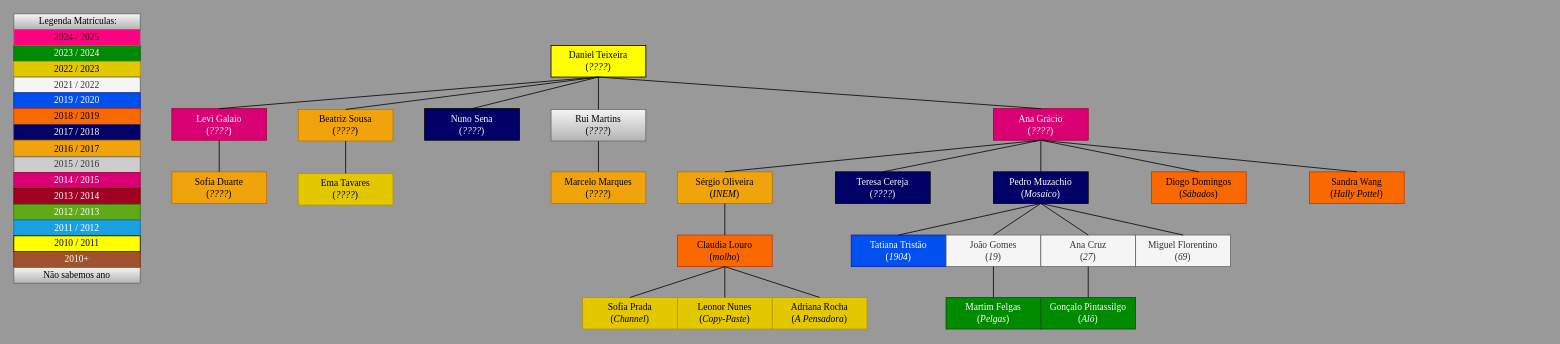
Before: Draw.io/Familia_do_Daniel_Teixeira.drawio in pdmtmr/PDMTMRTESTLOCATION-AKA-ARBUSTO, a draw.io diagram. Source tidied: cells renumbered, new cells numbered last; positions are measured from the earlier drawing's top-left corner, leaving out a move shared by most shapes. Both pictures are drawn from the tidied source at 79%, with x=0, y=0 at pixel (13, 13).
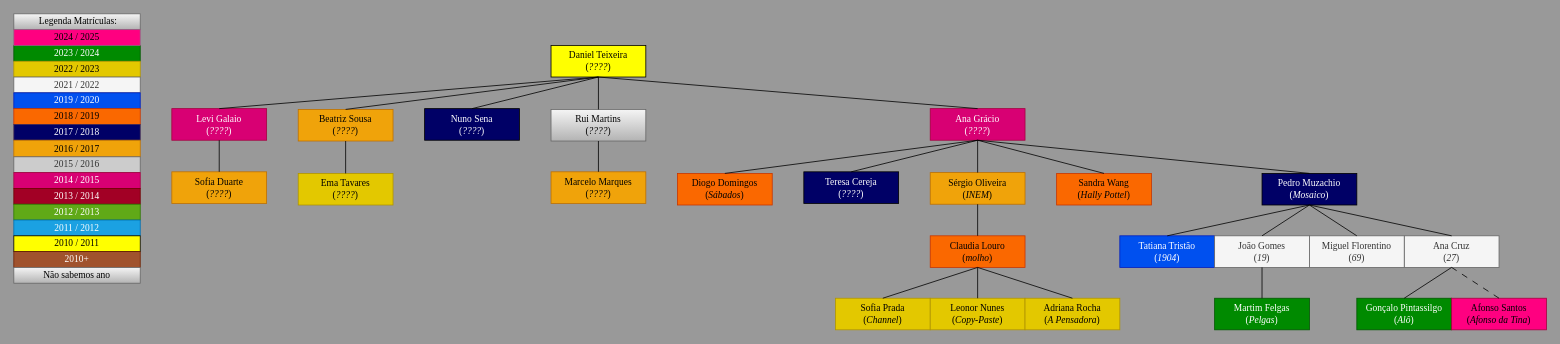
The same diagram, later.

Change to the diagram source:
```diff
@@
     <mxCell id="3" value="&lt;div&gt;Ana Grácio&lt;/div&gt;&lt;div&gt;&lt;span style=&quot;background-color: initial;&quot;&gt;(&lt;/span&gt;&lt;i style=&quot;background-color: initial;&quot;&gt;&lt;font&gt;????&lt;/font&gt;&lt;/i&gt;&lt;span style=&quot;background-color: initial;&quot;&gt;)&lt;/span&gt;&lt;/div&gt;" style="rounded=0;whiteSpace=wrap;html=1;fillColor=#d80073;fontColor=#ffffff;strokeColor=#A50040;fontFamily=Times New Roman;" parent="1" vertex="1">
-      <mxGeometry x="1240" y="120" width="120" height="40" as="geometry" />
+      <mxGeometry x="1160" y="120" width="120" height="40" as="geometry" />
     </mxCell>
@@
     <mxCell id="17" value="&lt;div&gt;&lt;span style=&quot;background-color: initial;&quot;&gt;Teresa Cereja&lt;/span&gt;&lt;/div&gt;&lt;div&gt;&lt;span style=&quot;background-color: initial;&quot;&gt;(&lt;/span&gt;&lt;i style=&quot;background-color: initial;&quot;&gt;&lt;font&gt;????&lt;/font&gt;&lt;/i&gt;&lt;span style=&quot;background-color: initial;&quot;&gt;)&lt;/span&gt;&lt;/div&gt;" style="rounded=0;whiteSpace=wrap;html=1;fillColor=#000066;fontColor=#FFFFFF;fontFamily=Times New Roman;" parent="1" vertex="1">
-      <mxGeometry x="1040" y="200" width="120" height="40" as="geometry" />
+      <mxGeometry x="1000" y="200" width="120" height="40" as="geometry" />
     </mxCell>
     <mxCell id="18" value="&lt;div&gt;&lt;span style=&quot;background-color: initial;&quot;&gt;Sérgio Oliveira&lt;/span&gt;&lt;/div&gt;&lt;div&gt;&lt;span style=&quot;background-color: initial;&quot;&gt;(&lt;font&gt;&lt;i&gt;INEM&lt;/i&gt;&lt;/font&gt;&lt;/span&gt;&lt;span style=&quot;background-color: initial;&quot;&gt;)&lt;/span&gt;&lt;/div&gt;" style="rounded=0;whiteSpace=wrap;html=1;fillColor=#f0a30a;fontColor=#000000;strokeColor=#BD7000;fontFamily=Times New Roman;" parent="1" vertex="1">
-      <mxGeometry x="840" y="200" width="120" height="40" as="geometry" />
+      <mxGeometry x="1160" y="201" width="120" height="40" as="geometry" />
     </mxCell>
     <mxCell id="19" value="&lt;div&gt;Pedro Muzachio&lt;/div&gt;&lt;div&gt;&lt;span style=&quot;background-color: initial;&quot;&gt;(&lt;font&gt;&lt;i&gt;Mosaico&lt;/i&gt;&lt;/font&gt;&lt;/span&gt;&lt;span style=&quot;background-color: initial;&quot;&gt;)&lt;/span&gt;&lt;/div&gt;" style="rounded=0;whiteSpace=wrap;html=1;fillColor=#000066;fontColor=#FFFFFF;fontFamily=Times New Roman;" parent="1" vertex="1">
-      <mxGeometry x="1240" y="200" width="120" height="40" as="geometry" />
+      <mxGeometry x="1580" y="202" width="120" height="40" as="geometry" />
     </mxCell>
     <mxCell id="20" value="&lt;div&gt;&lt;span style=&quot;background-color: initial;&quot;&gt;Diogo Domingos&lt;/span&gt;&lt;/div&gt;&lt;div&gt;&lt;span style=&quot;background-color: initial;&quot;&gt;(&lt;font&gt;&lt;i&gt;Sábados&lt;/i&gt;&lt;/font&gt;&lt;/span&gt;&lt;span style=&quot;background-color: initial;&quot;&gt;)&lt;/span&gt;&lt;/div&gt;" style="rounded=0;whiteSpace=wrap;html=1;fillColor=#fa6800;fontColor=#000000;strokeColor=#C73500;fontFamily=Times New Roman;" parent="1" vertex="1">
-      <mxGeometry x="1440" y="200" width="120" height="40" as="geometry" />
+      <mxGeometry x="840" y="202" width="120" height="40" as="geometry" />
     </mxCell>
     <mxCell id="21" value="&lt;div&gt;&lt;span style=&quot;background-color: initial;&quot;&gt;Sandra Wang&lt;/span&gt;&lt;/div&gt;&lt;div&gt;&lt;span style=&quot;background-color: initial;&quot;&gt;(&lt;font&gt;&lt;i&gt;Hally Pottel&lt;/i&gt;&lt;/font&gt;&lt;/span&gt;&lt;span style=&quot;background-color: initial;&quot;&gt;)&lt;/span&gt;&lt;/div&gt;" style="rounded=0;whiteSpace=wrap;html=1;fillColor=#fa6800;fontColor=#000000;strokeColor=#C73500;fontFamily=Times New Roman;" parent="1" vertex="1">
-      <mxGeometry x="1640" y="200" width="120" height="40" as="geometry" />
+      <mxGeometry x="1320" y="202" width="120" height="40" as="geometry" />
     </mxCell>
@@
     <mxCell id="27" value="&lt;div&gt;&lt;span style=&quot;background-color: initial;&quot;&gt;Claudia Louro&lt;/span&gt;&lt;/div&gt;&lt;div&gt;&lt;span style=&quot;background-color: initial;&quot;&gt;(&lt;font&gt;&lt;i&gt;molho&lt;/i&gt;&lt;/font&gt;&lt;/span&gt;&lt;span style=&quot;background-color: initial;&quot;&gt;)&lt;/span&gt;&lt;/div&gt;" style="rounded=0;whiteSpace=wrap;html=1;fillColor=#fa6800;fontColor=#000000;strokeColor=#C73500;fontFamily=Times New Roman;" parent="1" vertex="1">
-      <mxGeometry x="840" y="280" width="120" height="40" as="geometry" />
+      <mxGeometry x="1160" y="281" width="120" height="40" as="geometry" />
     </mxCell>
@@
     <mxCell id="29" value="&lt;div&gt;&lt;span style=&quot;background-color: initial;&quot;&gt;Tatiana Tristão&lt;/span&gt;&lt;/div&gt;&lt;div&gt;&lt;span style=&quot;background-color: initial;&quot;&gt;(&lt;font&gt;&lt;i&gt;1904&lt;/i&gt;&lt;/font&gt;&lt;/span&gt;&lt;span style=&quot;background-color: initial;&quot;&gt;)&lt;/span&gt;&lt;/div&gt;" style="rounded=0;whiteSpace=wrap;html=1;fillColor=#0050ef;fontColor=#ffffff;strokeColor=#001DBC;fontFamily=Times New Roman;" parent="1" vertex="1">
-      <mxGeometry x="1060" y="280" width="120" height="40" as="geometry" />
+      <mxGeometry x="1400" y="281" width="120" height="40" as="geometry" />
     </mxCell>
     <mxCell id="30" value="&lt;div&gt;João Gomes&lt;/div&gt;&lt;div&gt;&lt;span style=&quot;background-color: initial;&quot;&gt;(&lt;font&gt;&lt;i&gt;19&lt;/i&gt;&lt;/font&gt;&lt;/span&gt;&lt;span style=&quot;background-color: initial;&quot;&gt;)&lt;/span&gt;&lt;/div&gt;" style="rounded=0;whiteSpace=wrap;html=1;fillColor=#f5f5f5;fontColor=#333333;strokeColor=#666666;fontFamily=Times New Roman;" parent="1" vertex="1">
-      <mxGeometry x="1180" y="280" width="120" height="40" as="geometry" />
+      <mxGeometry x="1520" y="281" width="120" height="40" as="geometry" />
     </mxCell>
     <mxCell id="31" value="&lt;div&gt;&lt;span style=&quot;background-color: initial;&quot;&gt;Ana Cruz&lt;/span&gt;&lt;/div&gt;&lt;div&gt;&lt;span style=&quot;background-color: initial;&quot;&gt;(&lt;font&gt;&lt;i&gt;27&lt;/i&gt;&lt;/font&gt;&lt;/span&gt;&lt;span style=&quot;background-color: initial;&quot;&gt;)&lt;/span&gt;&lt;/div&gt;" style="rounded=0;whiteSpace=wrap;html=1;fillColor=#f5f5f5;fontColor=#333333;strokeColor=#666666;fontFamily=Times New Roman;" parent="1" vertex="1">
-      <mxGeometry x="1300" y="280" width="120" height="40" as="geometry" />
+      <mxGeometry x="1760" y="281" width="120" height="40" as="geometry" />
     </mxCell>
@@
     <mxCell id="35" value="&lt;div&gt;Miguel Florentino&lt;/div&gt;&lt;div&gt;&lt;span style=&quot;background-color: initial;&quot;&gt;(&lt;font&gt;&lt;i&gt;69&lt;/i&gt;&lt;/font&gt;&lt;/span&gt;&lt;span style=&quot;background-color: initial;&quot;&gt;)&lt;/span&gt;&lt;/div&gt;" style="rounded=0;whiteSpace=wrap;html=1;fillColor=#f5f5f5;fontColor=#333333;strokeColor=#666666;fontFamily=Times New Roman;" parent="1" vertex="1">
-      <mxGeometry x="1420" y="280" width="120" height="40" as="geometry" />
+      <mxGeometry x="1640" y="281" width="120" height="40" as="geometry" />
     </mxCell>
@@
     <mxCell id="37" value="&lt;div&gt;&lt;span style=&quot;background-color: initial;&quot;&gt;Sofia Prada&lt;/span&gt;&lt;/div&gt;&lt;div&gt;&lt;span style=&quot;background-color: initial;&quot;&gt;(&lt;font&gt;&lt;i&gt;Channel&lt;/i&gt;&lt;/font&gt;&lt;/span&gt;&lt;span style=&quot;background-color: initial;&quot;&gt;)&lt;/span&gt;&lt;/div&gt;" style="rounded=0;whiteSpace=wrap;html=1;fillColor=#e3c800;fontColor=#000000;strokeColor=#B09500;fontFamily=Times New Roman;" parent="1" vertex="1">
-      <mxGeometry x="720" y="359" width="120" height="40" as="geometry" />
+      <mxGeometry x="1040" y="360" width="120" height="40" as="geometry" />
     </mxCell>
     <mxCell id="38" value="&lt;div&gt;Leonor Nunes&lt;/div&gt;&lt;div&gt;&lt;span style=&quot;background-color: initial;&quot;&gt;(&lt;font&gt;&lt;i&gt;Copy-Paste&lt;/i&gt;&lt;/font&gt;&lt;/span&gt;&lt;span style=&quot;background-color: initial;&quot;&gt;)&lt;/span&gt;&lt;/div&gt;" style="rounded=0;whiteSpace=wrap;html=1;fillColor=#e3c800;fontColor=#000000;strokeColor=#B09500;fontFamily=Times New Roman;" parent="1" vertex="1">
-      <mxGeometry x="840" y="359" width="120" height="40" as="geometry" />
+      <mxGeometry x="1160" y="360" width="120" height="40" as="geometry" />
     </mxCell>
     <mxCell id="39" value="&lt;div&gt;Adriana Rocha&lt;/div&gt;&lt;div&gt;&lt;span style=&quot;background-color: initial;&quot;&gt;(&lt;font&gt;&lt;i&gt;A Pensadora&lt;/i&gt;&lt;/font&gt;&lt;/span&gt;&lt;span style=&quot;background-color: initial;&quot;&gt;)&lt;/span&gt;&lt;/div&gt;" style="rounded=0;whiteSpace=wrap;html=1;fillColor=#e3c800;fontColor=#000000;strokeColor=#B09500;fontFamily=Times New Roman;" parent="1" vertex="1">
-      <mxGeometry x="960" y="359" width="120" height="40" as="geometry" />
+      <mxGeometry x="1280" y="360" width="120" height="40" as="geometry" />
     </mxCell>
@@
     <mxCell id="43" value="&lt;div&gt;&lt;span style=&quot;background-color: initial;&quot;&gt;Martim Felgas&lt;/span&gt;&lt;/div&gt;&lt;div&gt;&lt;span style=&quot;background-color: initial;&quot;&gt;(&lt;font&gt;&lt;i&gt;Pelgas&lt;/i&gt;&lt;/font&gt;&lt;/span&gt;&lt;span style=&quot;background-color: initial;&quot;&gt;)&lt;/span&gt;&lt;/div&gt;" style="rounded=0;whiteSpace=wrap;html=1;fillColor=#008a00;fontColor=#ffffff;strokeColor=#005700;fontFamily=Times New Roman;" parent="1" vertex="1">
-      <mxGeometry x="1180" y="359" width="120" height="40" as="geometry" />
+      <mxGeometry x="1520" y="360" width="120" height="40" as="geometry" />
     </mxCell>
@@
     <mxCell id="47" value="&lt;div&gt;Gonçalo Pintassilgo&lt;/div&gt;&lt;div&gt;&lt;span style=&quot;background-color: initial;&quot;&gt;(&lt;font&gt;&lt;i&gt;Alô&lt;/i&gt;&lt;/font&gt;&lt;/span&gt;&lt;span style=&quot;background-color: initial;&quot;&gt;)&lt;/span&gt;&lt;/div&gt;" style="rounded=0;whiteSpace=wrap;html=1;fillColor=#008a00;fontColor=#ffffff;strokeColor=#005700;fontFamily=Times New Roman;" parent="1" vertex="1">
-      <mxGeometry x="1300" y="359" width="120" height="40" as="geometry" />
+      <mxGeometry x="1700" y="360" width="120" height="40" as="geometry" />
     </mxCell>
@@
+    <mxCell id="66" value="&lt;div&gt;&lt;/div&gt;&lt;div&gt;Afonso Santos&lt;br&gt;(&lt;i&gt;Afonso da Tina&lt;/i&gt;)&lt;/div&gt;" style="rounded=0;whiteSpace=wrap;html=1;fillColor=#FF0080;fontColor=#000000;strokeColor=#A50040;fontFamily=Times New Roman;" parent="1" vertex="1">
+      <mxGeometry x="1820" y="360" width="120" height="40" as="geometry" />
+    </mxCell>
+    <mxCell id="67" style="endArrow=none;html=1;rounded=0;entryX=0.5;entryY=1;entryDx=0;entryDy=0;exitX=0.5;exitY=0;exitDx=0;exitDy=0;fontFamily=Times New Roman;dashed=1;dashPattern=8 8;" parent="1" edge="1" source="66" target="31">
+      <mxGeometry relative="1" as="geometry" />
+    </mxCell>
```
